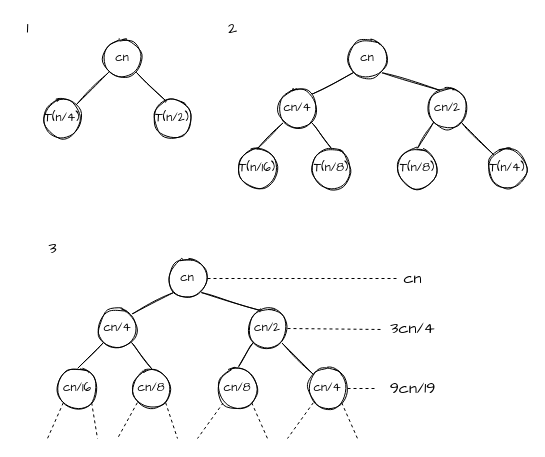
This is page "incomplete1" (5 of 6) of docs/diagrams/recursion.drawio from ospatil/dsapy, a draw.io file, before an edit. Source tidied: cells renumbered, new cells numbered last; positions are measured from the earlier drawing's top-left corner, leaving out a move shared by most shapes. Both pictures are drawn from the tidied source at 100%, with x=0, y=0 at pixel (17, 18).
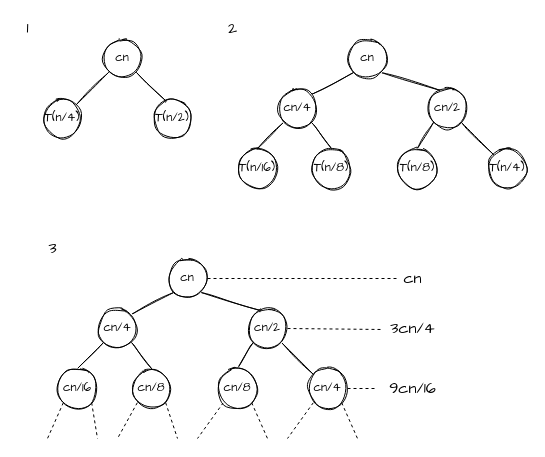
The same diagram, later.

Change to the diagram source:
```diff
@@
-    <mxCell id="47" value="9cn/19" style="text;html=1;align=center;verticalAlign=middle;points=[];fontSize=16;fontFamily=Comic Sans MS;" parent="1" vertex="1">
+    <mxCell id="47" value="9cn/16" style="text;html=1;align=center;verticalAlign=middle;points=[];fontSize=16;fontFamily=Comic Sans MS;" parent="1" vertex="1">
       <mxGeometry x="360" y="360" width="70" height="20" as="geometry" />
     </mxCell>
```
